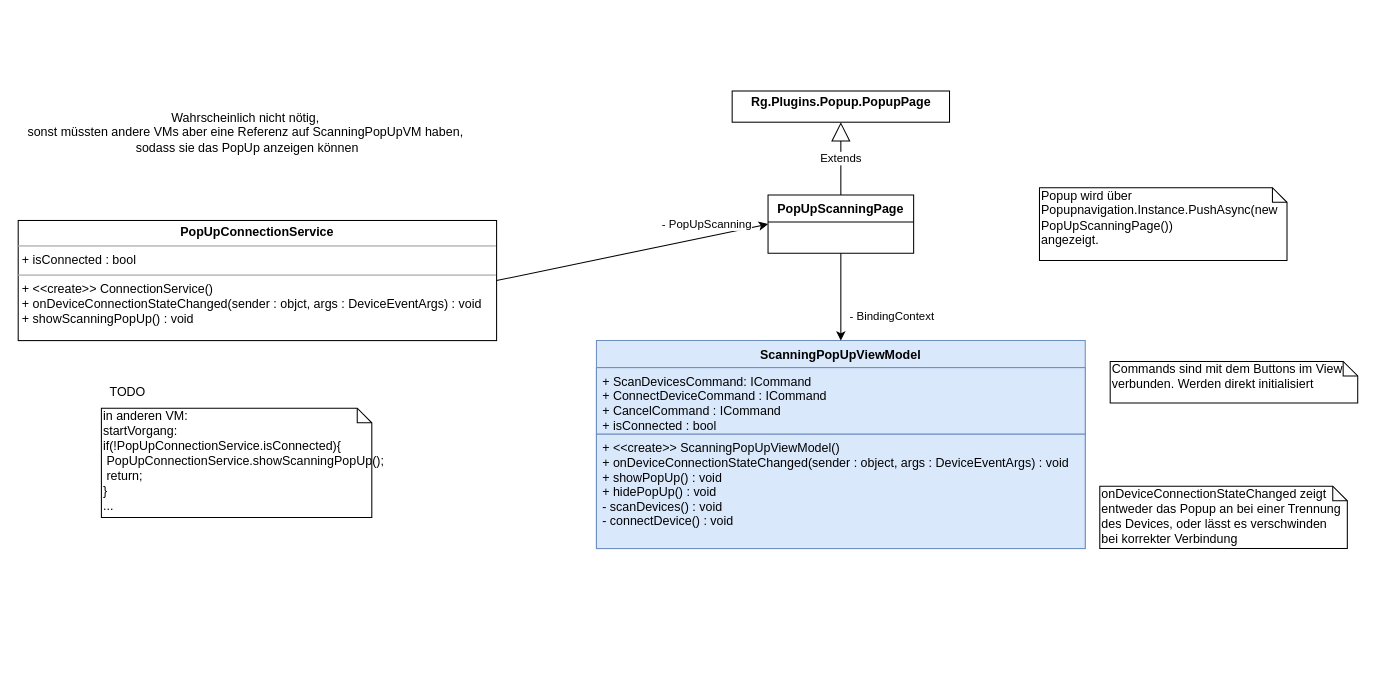
The draw.io diagram Entwurf/PopUpScanningDevices.drawio in vlle1/dokumente-earablesKIT, before the edit. Source tidied: cells renumbered, new cells numbered last; positions are measured from the earlier drawing's top-left corner, leaving out a move shared by most shapes. Both pictures are drawn from the tidied source at 104%, with x=0, y=0 at pixel (18, 90).
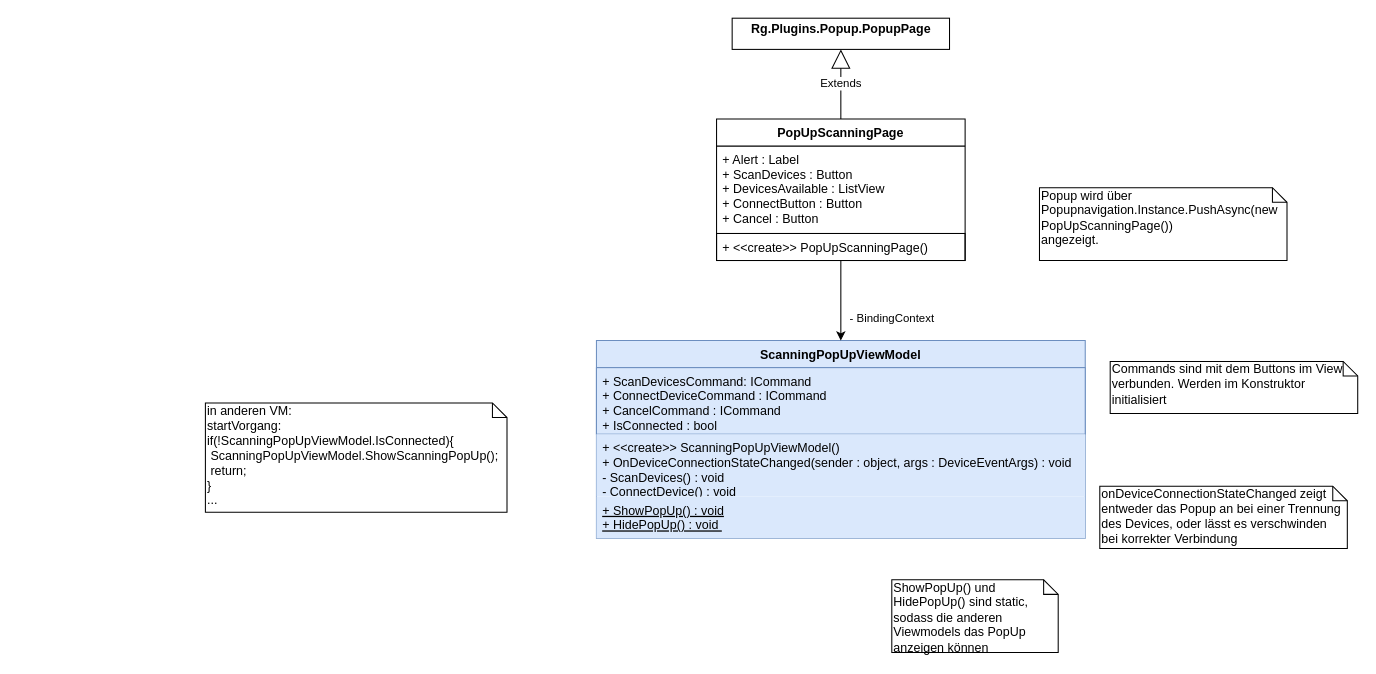
Above is the later version.

Commit message:
PopUpScanningDevices UI Elemente hinzugefügt, Codestyle angewendet

The edit, as a diff of the source:
```diff
@@
 <mxGraphModel>
   <root>
     <mxCell id="0" />
     <mxCell id="1" parent="0" />
     <mxCell id="2" value="ScanningPopUpViewModel" style="swimlane;fontStyle=1;align=center;verticalAlign=top;horizontal=1;startSize=26;fillColor=#dae8fc;strokeColor=#6c8ebf;" parent="1" vertex="1">
-      <mxGeometry x="556" y="240" width="470" height="200" as="geometry" />
+      <mxGeometry x="556" y="240" width="470" height="190" as="geometry" />
     </mxCell>
-    <mxCell id="3" value="+ ScanDevicesCommand: ICommand&#10;+ ConnectDeviceCommand : ICommand&#10;+ CancelCommand : ICommand&#10;+ isConnected : bool" style="text;strokeColor=#6c8ebf;fillColor=#dae8fc;align=left;verticalAlign=top;spacingLeft=4;spacingRight=4;overflow=hidden;" parent="2" vertex="1">
+    <mxCell id="3" value="+ ScanDevicesCommand: ICommand&#10;+ ConnectDeviceCommand : ICommand&#10;+ CancelCommand : ICommand&#10;+ IsConnected : bool" style="text;strokeColor=#6c8ebf;fillColor=#dae8fc;align=left;verticalAlign=top;spacingLeft=4;spacingRight=4;overflow=hidden;" parent="2" vertex="1">
       <mxGeometry y="26" width="470" height="64" as="geometry" />
     </mxCell>
     <mxCell id="4" style="line;strokeWidth=1;fillColor=#dae8fc;align=left;verticalAlign=middle;spacingTop=-1;spacingLeft=3;spacingRight=3;labelPosition=right;strokeColor=#6c8ebf;" parent="2" vertex="1">
       <mxGeometry y="90" width="470" as="geometry" />
     </mxCell>
-    <mxCell id="5" value="+ &lt;&lt;create&gt;&gt; ScanningPopUpViewModel()&#10;+ onDeviceConnectionStateChanged(sender : object, args : DeviceEventArgs) : void&#10;+ showPopUp() : void&#10;+ hidePopUp() : void &#10;- scanDevices() : void&#10;- connectDevice() : void" style="text;align=left;verticalAlign=top;spacingLeft=4;spacingRight=4;overflow=hidden;fillColor=#dae8fc;strokeColor=#6c8ebf;" parent="2" vertex="1">
-      <mxGeometry y="90" width="470" height="110" as="geometry" />
+    <mxCell id="5" value="+ &lt;&lt;create&gt;&gt; ScanningPopUpViewModel()&#10;+ OnDeviceConnectionStateChanged(sender : object, args : DeviceEventArgs) : void&#10;- ScanDevices() : void&#10;- ConnectDevice() : void" style="text;align=left;verticalAlign=top;spacingLeft=4;spacingRight=4;overflow=hidden;fillColor=#dae8fc;strokeColor=none;fontStyle=0;" parent="2" vertex="1">
+      <mxGeometry y="90" width="470" height="60" as="geometry" />
     </mxCell>
+    <mxCell id="18" value="+ ShowPopUp() : void&#10;+ HidePopUp() : void &#10;" style="text;align=left;verticalAlign=top;spacingLeft=4;spacingRight=4;overflow=hidden;fillColor=#dae8fc;strokeColor=none;fontStyle=4;" parent="2" vertex="1">
+      <mxGeometry y="150" width="470" height="40" as="geometry" />
+    </mxCell>
     <mxCell id="6" value="- BindingContext" style="endArrow=classic;html=1;entryX=0.5;entryY=0;entryDx=0;entryDy=0;exitX=0.5;exitY=1;exitDx=0;exitDy=0;" parent="1" edge="1" source="7" target="2">
       <mxGeometry x="0.46" y="49" relative="1" as="geometry" />
     </mxCell>
     <mxCell id="7" value="PopUpScanningPage" style="swimlane;fontStyle=1;horizontal=1;startSize=26;fillColor=none;" parent="1" vertex="1">
-      <mxGeometry x="721" y="100" width="140" height="56" as="geometry" />
+      <mxGeometry x="671.5" y="27" width="239" height="136" as="geometry" />
     </mxCell>
+    <mxCell id="19" value="+ Alert : Label&#10;+ ScanDevices : Button&#10;+ DevicesAvailable : ListView&#10;+ ConnectButton : Button&#10;+ Cancel : Button" style="text;strokeColor=none;fillColor=none;align=left;verticalAlign=top;spacingLeft=4;spacingRight=4;overflow=hidden;" parent="7" vertex="1">
+      <mxGeometry y="26" width="239" height="84" as="geometry" />
+    </mxCell>
+    <mxCell id="20" value="+ &lt;&lt;create&gt;&gt; PopUpScanningPage()" style="text;strokeColor=#000000;fillColor=none;align=left;verticalAlign=top;spacingLeft=4;spacingRight=4;overflow=hidden;" parent="7" vertex="1">
+      <mxGeometry y="110" width="239" height="26" as="geometry" />
+    </mxCell>
     <mxCell id="8" value="Extends" style="endArrow=block;endSize=16;endFill=0;html=1;exitX=0.5;exitY=0;exitDx=0;exitDy=0;entryX=0.5;entryY=1;entryDx=0;entryDy=0;" parent="1" edge="1" source="7" target="9">
       <mxGeometry relative="1" as="geometry" />
     </mxCell>
     <mxCell id="9" value="&lt;p style=&quot;margin: 0px ; margin-top: 4px ; text-align: center&quot;&gt;&lt;b&gt;Rg.Plugins.Popup.PopupPage&lt;/b&gt;&lt;/p&gt;" style="verticalAlign=top;align=left;overflow=fill;fontSize=12;fontFamily=Helvetica;html=1;" parent="1" vertex="1">
-      <mxGeometry x="686.5" width="209" height="30" as="geometry" />
+      <mxGeometry x="686.5" y="-70" width="209" height="30" as="geometry" />
     </mxCell>
     <mxCell id="10" value="Popup wird über Popupnavigation.Instance.PushAsync(new PopUpScanningPage())&lt;br&gt;angezeigt.&lt;br&gt;" style="shape=note;whiteSpace=wrap;html=1;size=14;verticalAlign=top;align=left;spacingTop=-6;" parent="1" vertex="1">
       <mxGeometry x="982" y="93" width="238" height="70" as="geometry" />
     </mxCell>
-    <mxCell id="11" value="Commands sind mit dem Buttons im View verbunden. Werden direkt initialisiert" style="shape=note;whiteSpace=wrap;html=1;size=14;verticalAlign=top;align=left;spacingTop=-6;" parent="1" vertex="1">
-      <mxGeometry x="1050" y="260" width="238" height="40" as="geometry" />
+    <mxCell id="11" value="Commands sind mit dem Buttons im View verbunden. Werden im Konstruktor initialisiert" style="shape=note;whiteSpace=wrap;html=1;size=14;verticalAlign=top;align=left;spacingTop=-6;" parent="1" vertex="1">
+      <mxGeometry x="1050" y="260" width="238" height="50" as="geometry" />
     </mxCell>
-    <mxCell id="12" value="&lt;p style=&quot;margin: 0px ; margin-top: 4px ; text-align: center&quot;&gt;&lt;b&gt;PopUpConnectionService&lt;/b&gt;&lt;/p&gt;&lt;hr size=&quot;1&quot;&gt;&lt;p style=&quot;margin: 0px ; margin-left: 4px&quot;&gt;+ isConnected : bool&lt;/p&gt;&lt;hr size=&quot;1&quot;&gt;&lt;p style=&quot;margin: 0px ; margin-left: 4px&quot;&gt;+ &amp;lt;&amp;lt;create&amp;gt;&amp;gt; ConnectionService()&lt;/p&gt;&lt;p style=&quot;margin: 0px ; margin-left: 4px&quot;&gt;+ onDeviceConnectionStateChanged(sender : objct, args : DeviceEventArgs) : void&lt;/p&gt;&lt;p style=&quot;margin: 0px ; margin-left: 4px&quot;&gt;+ showScanningPopUp() : void&lt;/p&gt;&lt;p style=&quot;margin: 0px ; margin-left: 4px&quot;&gt;&lt;br&gt;&lt;/p&gt;" style="verticalAlign=top;align=left;overflow=fill;fontSize=12;fontFamily=Helvetica;html=1;" parent="1" vertex="1">
-      <mxGeometry y="124.5" width="460" height="115.5" as="geometry" />
-    </mxCell>
-    <mxCell id="13" value="- PopUpScanning" style="endArrow=classic;html=1;exitX=1;exitY=0.5;exitDx=0;exitDy=0;entryX=0;entryY=0.5;entryDx=0;entryDy=0;" parent="1" edge="1" source="12" target="7">
-      <mxGeometry x="0.57" y="12" relative="1" as="geometry" />
-    </mxCell>
     <mxCell id="14" value="onDeviceConnectionStateChanged zeigt entweder das Popup an bei einer Trennung des Devices, oder lässt es verschwinden bei korrekter Verbindung" style="shape=note;whiteSpace=wrap;html=1;size=14;verticalAlign=top;align=left;spacingTop=-6;" parent="1" vertex="1">
       <mxGeometry x="1040" y="380" width="238" height="60" as="geometry" />
     </mxCell>
-    <mxCell id="15" value="Wahrscheinlich nicht nötig,&amp;nbsp;&lt;br&gt;sonst müssten andere VMs aber eine Referenz auf ScanningPopUpVM haben,&amp;nbsp;&lt;br&gt;sodass sie das PopUp anzeigen können" style="text;html=1;align=center;verticalAlign=middle;" parent="1" vertex="1">
-      <mxGeometry y="15" width="440" height="50" as="geometry" />
-    </mxCell>
-    <mxCell id="16" value="in anderen VM:&lt;br&gt;startVorgang:&lt;br&gt;if(!PopUpConnectionService.isConnected){&lt;br&gt;&amp;nbsp;PopUpConnectionService.showScanningPopUp();&lt;br&gt;&amp;nbsp;return;&lt;br&gt;}&lt;br&gt;..." style="shape=note;whiteSpace=wrap;html=1;size=14;verticalAlign=top;align=left;spacingTop=-6;" parent="1" vertex="1">
-      <mxGeometry x="80" y="305" width="260" height="105" as="geometry" />
+    <mxCell id="16" value="in anderen VM:&lt;br&gt;startVorgang:&lt;br&gt;if(!ScanningPopUpViewModel.IsConnected){&lt;br&gt;&amp;nbsp;ScanningPopUpViewModel.ShowScanningPopUp();&lt;br&gt;&amp;nbsp;return;&lt;br&gt;}&lt;br&gt;..." style="shape=note;whiteSpace=wrap;html=1;size=14;verticalAlign=top;align=left;spacingTop=-6;" parent="1" vertex="1">
+      <mxGeometry x="180" y="300" width="290" height="105" as="geometry" />
     </mxCell>
-    <mxCell id="17" value="TODO" style="text;html=1;align=center;verticalAlign=middle;" parent="1" vertex="1">
-      <mxGeometry x="80" y="280" width="50" height="20" as="geometry" />
-    </mxCell>
+    <mxCell id="21" value="ShowPopUp() und HidePopUp() sind static, sodass die anderen Viewmodels das PopUp anzeigen können" style="shape=note;whiteSpace=wrap;html=1;size=14;verticalAlign=top;align=left;spacingTop=-6;strokeColor=#000000;" parent="1" vertex="1">
+      <mxGeometry x="840" y="470" width="160" height="70" as="geometry" />
+    </mxCell>
   </root>
 </mxGraphModel>
```
